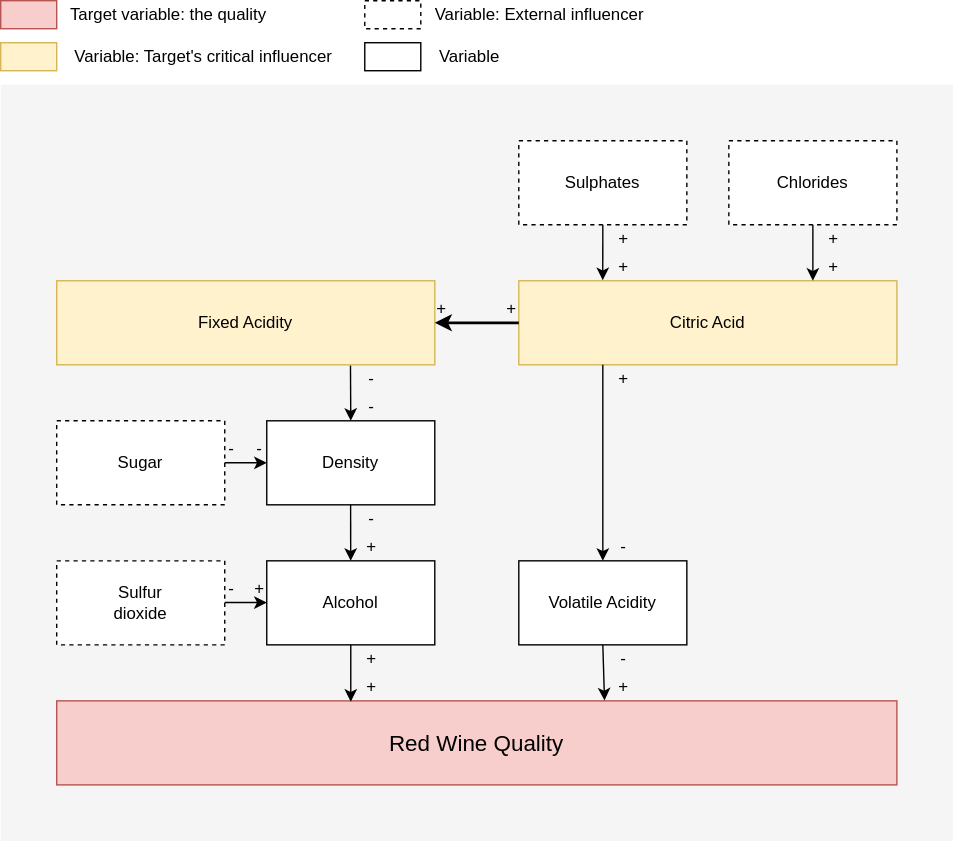
This is visualisations/wine.svg from Joffreybvn/wine-quality-analysis, a draw.io export, as it was before one commit. Source tidied: cells renumbered, new cells last; positions are measured from the earlier drawing's top-left corner, leaving out a move shared by most shapes.
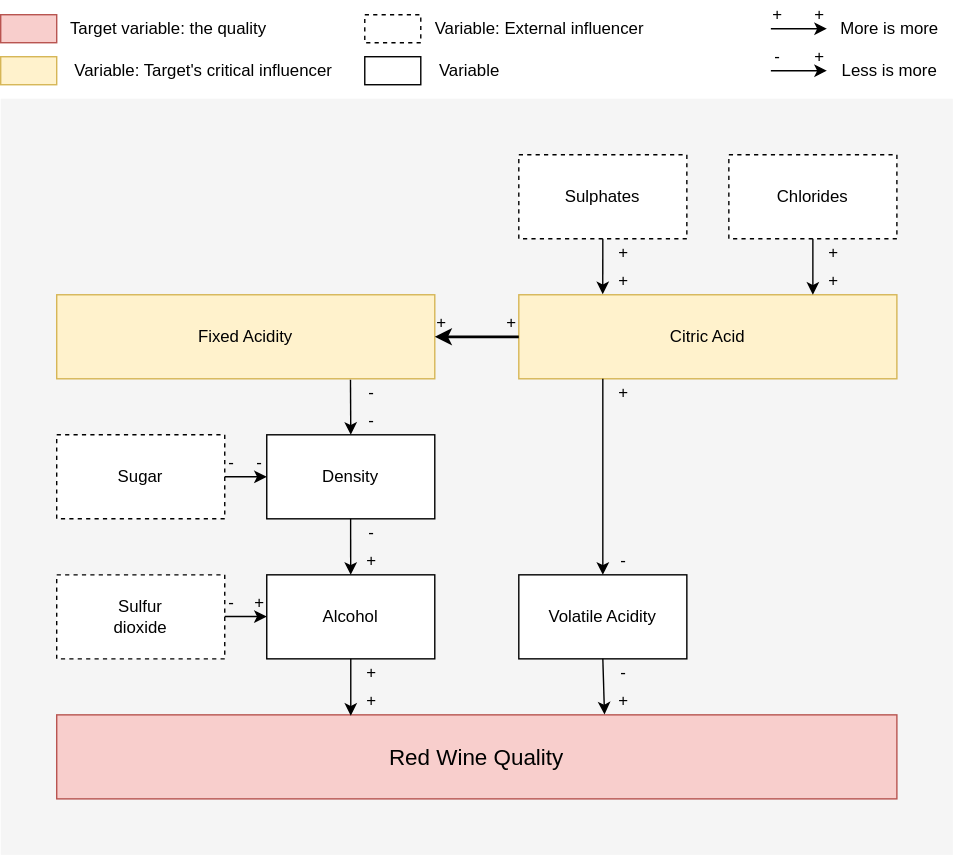
Above is the later version.

The edit, as a diff of the source:
```diff
@@ -188,5 +188,35 @@
     <mxCell id="60" value="Variable" style="text;html=1;strokeColor=none;fillColor=none;align=center;verticalAlign=middle;whiteSpace=wrap;rounded=0;dashed=1;" parent="1" vertex="1">
       <mxGeometry x="300" y="30" width="70" height="20" as="geometry" />
     </mxCell>
+    <mxCell id="61" style="endArrow=classic;html=1;strokeWidth=1;" parent="1" edge="1">
+      <mxGeometry relative="1" as="geometry">
+        <mxPoint x="550" y="10" as="sourcePoint" />
+        <mxPoint x="590" y="10" as="targetPoint" />
+      </mxGeometry>
+    </mxCell>
+    <mxCell id="62" value="+" style="text;html=1;strokeColor=none;fillColor=none;align=center;verticalAlign=middle;whiteSpace=wrap;rounded=0;dashed=1;" parent="1" vertex="1">
+      <mxGeometry x="550" y="-10" width="10" height="20" as="geometry" />
+    </mxCell>
+    <mxCell id="63" value="+" style="text;html=1;strokeColor=none;fillColor=none;align=center;verticalAlign=middle;whiteSpace=wrap;rounded=0;dashed=1;" parent="1" vertex="1">
+      <mxGeometry x="580" y="-10" width="10" height="20" as="geometry" />
+    </mxCell>
+    <mxCell id="64" value="More is more" style="text;html=1;strokeColor=none;fillColor=none;align=center;verticalAlign=middle;whiteSpace=wrap;rounded=0;dashed=1;" parent="1" vertex="1">
+      <mxGeometry x="590" width="90" height="20" as="geometry" />
+    </mxCell>
+    <mxCell id="65" style="endArrow=classic;html=1;strokeWidth=1;" parent="1" edge="1">
+      <mxGeometry relative="1" as="geometry">
+        <mxPoint x="550" y="40" as="sourcePoint" />
+        <mxPoint x="590" y="40" as="targetPoint" />
+      </mxGeometry>
+    </mxCell>
+    <mxCell id="66" value="-" style="text;html=1;strokeColor=none;fillColor=none;align=center;verticalAlign=middle;whiteSpace=wrap;rounded=0;dashed=1;" parent="1" vertex="1">
+      <mxGeometry x="550" y="20" width="10" height="20" as="geometry" />
+    </mxCell>
+    <mxCell id="67" value="+" style="text;html=1;strokeColor=none;fillColor=none;align=center;verticalAlign=middle;whiteSpace=wrap;rounded=0;dashed=1;" parent="1" vertex="1">
+      <mxGeometry x="580" y="20" width="10" height="20" as="geometry" />
+    </mxCell>
+    <mxCell id="68" value="Less is more" style="text;html=1;strokeColor=none;fillColor=none;align=center;verticalAlign=middle;whiteSpace=wrap;rounded=0;dashed=1;" parent="1" vertex="1">
+      <mxGeometry x="590" y="30" width="90" height="20" as="geometry" />
+    </mxCell>
   </root>
 </mxGraphModel>
```
